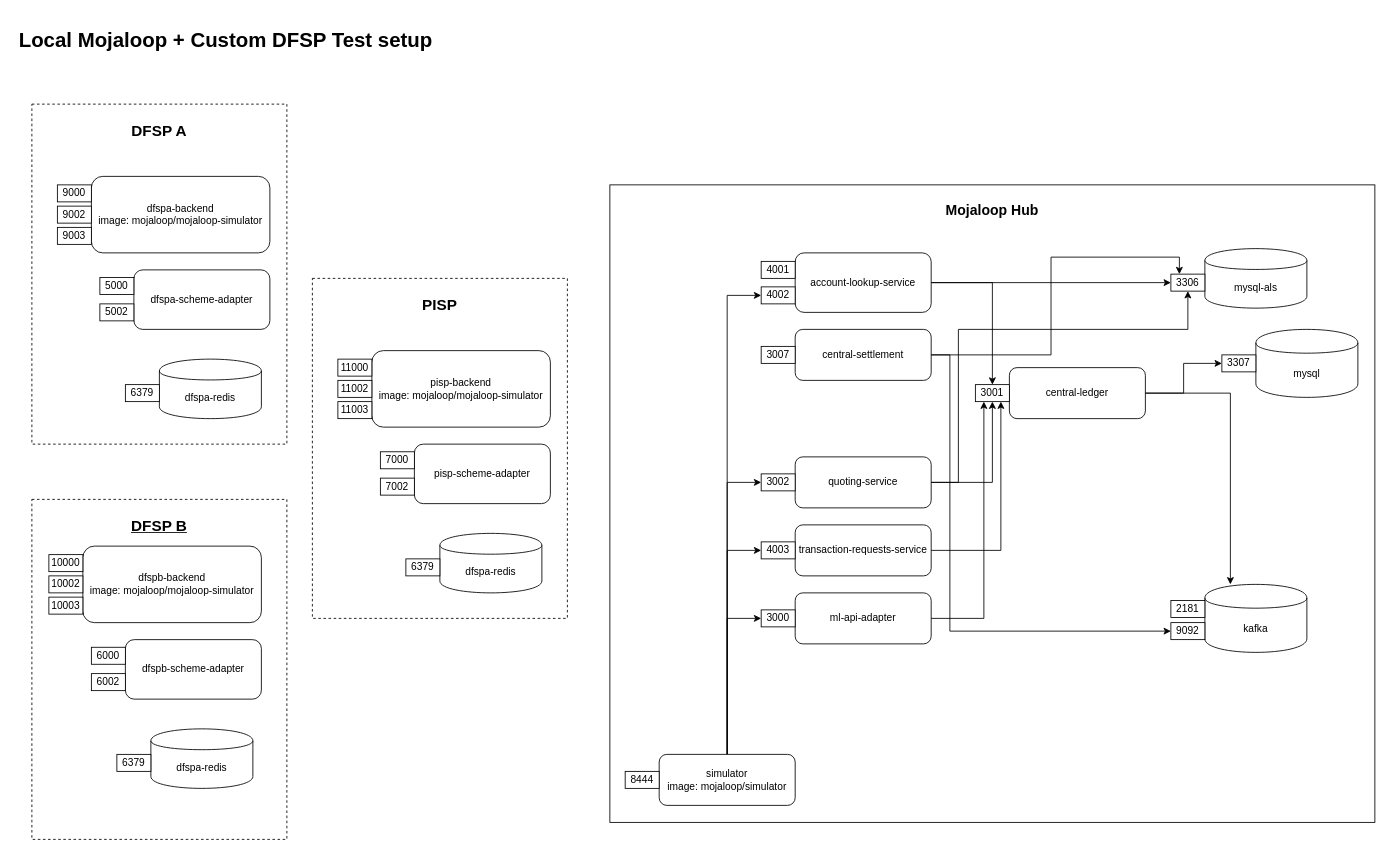
Earlier version of the draw.io diagram docker-local/components_layout.drawio (mojaloop/pisp-project). Source tidied: cells renumbered, new cells numbered last; positions are measured from the earlier drawing's top-left corner, leaving out a move shared by most shapes. Both pictures are drawn from the tidied source at 85%, with x=0, y=0 at pixel (14, 23).
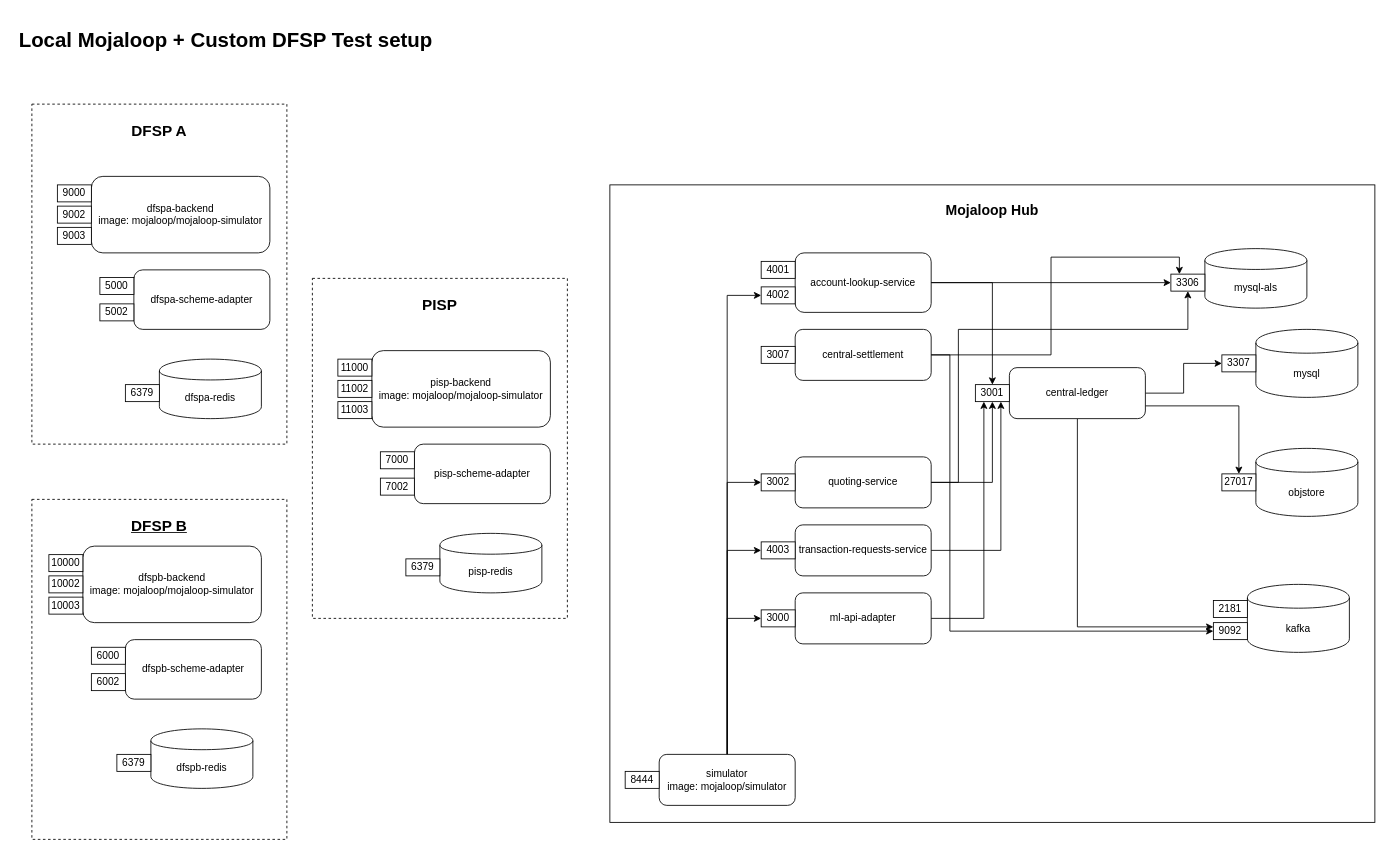
The same page after the edit.

Commit message:
doc(component_layout): update diagrams according to docker-compose.yaml

The change refers to these unchanged cells:
```xml
<mxCell id="57" style="group;" parent="1" vertex="1">
  <mxGeometry x="120" y="830" width="160" height="70" as="geometry" />
</mxCell>
<mxCell id="75" style="group;" parent="73" vertex="1">
  <mxGeometry x="110" y="300" width="160" height="70" as="geometry" />
</mxCell>
```

Diff of the diagram source:
```diff
@@
-    <mxCell id="5" style="group;" parent="1" vertex="1">
-      <mxGeometry x="1130" y="405" width="200" height="60" as="geometry" />
-    </mxCell>
-    <mxCell id="6" style="group;" parent="5" vertex="1">
-      <mxGeometry width="200" height="60" as="geometry" />
-    </mxCell>
-    <mxCell id="7" value="central-ledger" style="rounded=1;whiteSpace=wrap;html=1;align=center;" parent="6" vertex="1">
-      <mxGeometry x="40" width="160" height="60" as="geometry" />
-    </mxCell>
-    <mxCell id="8" value="3001" style="rounded=0;whiteSpace=wrap;html=1;align=center;" parent="6" vertex="1">
-      <mxGeometry y="20" width="40" height="20" as="geometry" />
-    </mxCell>
@@
-    <mxCell id="21" style="group;" parent="1" vertex="1">
-      <mxGeometry x="1360" y="660" width="160" height="80" as="geometry" />
-    </mxCell>
-    <mxCell id="22" value="kafka" style="shape=cylinder;whiteSpace=wrap;html=1;boundedLbl=1;backgroundOutline=1;rounded=0;align=center;" parent="21" vertex="1">
-      <mxGeometry x="40" width="120" height="80" as="geometry" />
-    </mxCell>
-    <mxCell id="23" value="2181" style="rounded=0;whiteSpace=wrap;html=1;align=center;" parent="21" vertex="1">
-      <mxGeometry y="19" width="40" height="20" as="geometry" />
-    </mxCell>
-    <mxCell id="24" value="9092" style="rounded=0;whiteSpace=wrap;html=1;align=center;" parent="21" vertex="1">
-      <mxGeometry y="45" width="40" height="20" as="geometry" />
-    </mxCell>
@@
-    <mxCell id="58" value="dfspa-redis" style="shape=cylinder;whiteSpace=wrap;html=1;boundedLbl=1;backgroundOutline=1;rounded=0;align=center;" parent="57" vertex="1">
+    <mxCell id="58" value="dfspb-redis" style="shape=cylinder;whiteSpace=wrap;html=1;boundedLbl=1;backgroundOutline=1;rounded=0;align=center;" parent="57" vertex="1">
       <mxGeometry x="40" width="120" height="70" as="geometry" />
     </mxCell>
@@
-    <mxCell id="76" value="dfspa-redis" style="shape=cylinder;whiteSpace=wrap;html=1;boundedLbl=1;backgroundOutline=1;rounded=0;align=center;" parent="75" vertex="1">
+    <mxCell id="76" value="pisp-redis" style="shape=cylinder;whiteSpace=wrap;html=1;boundedLbl=1;backgroundOutline=1;rounded=0;align=center;" parent="75" vertex="1">
       <mxGeometry x="40" width="120" height="70" as="geometry" />
     </mxCell>
@@
-    <mxCell id="89" style="edgeStyle=orthogonalEdgeStyle;rounded=0;jettySize=auto;html=1;" parent="1" edge="1" source="7" target="22">
+    <mxCell id="89" style="edgeStyle=orthogonalEdgeStyle;rounded=0;jettySize=auto;html=1;" parent="1" edge="1" source="7">
       <mxGeometry relative="1" as="geometry">
+        <mxPoint x="1410" y="710" as="targetPoint" />
         <Array as="points">
-          <mxPoint x="1430" y="435" />
+          <mxPoint x="1250" y="710" />
         </Array>
       </mxGeometry>
     </mxCell>
@@
+    <mxCell id="22" value="kafka" style="shape=cylinder;whiteSpace=wrap;html=1;boundedLbl=1;backgroundOutline=1;rounded=0;align=center;" parent="1" vertex="1">
+      <mxGeometry x="1450" y="660" width="120" height="80" as="geometry" />
+    </mxCell>
+    <mxCell id="23" value="2181" style="rounded=0;whiteSpace=wrap;html=1;align=center;" parent="1" vertex="1">
+      <mxGeometry x="1410" y="679" width="40" height="20" as="geometry" />
+    </mxCell>
+    <mxCell id="24" value="9092" style="rounded=0;whiteSpace=wrap;html=1;align=center;" parent="1" vertex="1">
+      <mxGeometry x="1410" y="705" width="40" height="20" as="geometry" />
+    </mxCell>
+    <mxCell id="93" value="objstore" style="shape=cylinder;whiteSpace=wrap;html=1;boundedLbl=1;backgroundOutline=1;rounded=0;align=center;" parent="1" vertex="1">
+      <mxGeometry x="1460" y="500" width="120" height="80" as="geometry" />
+    </mxCell>
+    <mxCell id="94" value="27017" style="rounded=0;whiteSpace=wrap;html=1;align=center;" parent="1" vertex="1">
+      <mxGeometry x="1420" y="530" width="40" height="20" as="geometry" />
+    </mxCell>
+    <mxCell id="95" style="edgeStyle=orthogonalEdgeStyle;rounded=0;jettySize=auto;html=1;entryX=0.5;entryY=0;entryDx=0;entryDy=0;exitX=1;exitY=0.75;exitDx=0;exitDy=0;" parent="1" edge="1" source="7" target="94">
+      <mxGeometry relative="1" as="geometry" />
+    </mxCell>
+    <mxCell id="7" value="central-ledger" style="rounded=1;whiteSpace=wrap;html=1;align=center;" parent="1" vertex="1">
+      <mxGeometry x="1170" y="405" width="160" height="60" as="geometry" />
+    </mxCell>
+    <mxCell id="8" value="3001" style="rounded=0;whiteSpace=wrap;html=1;align=center;" parent="1" vertex="1">
+      <mxGeometry x="1130" y="425" width="40" height="20" as="geometry" />
+    </mxCell>
```
